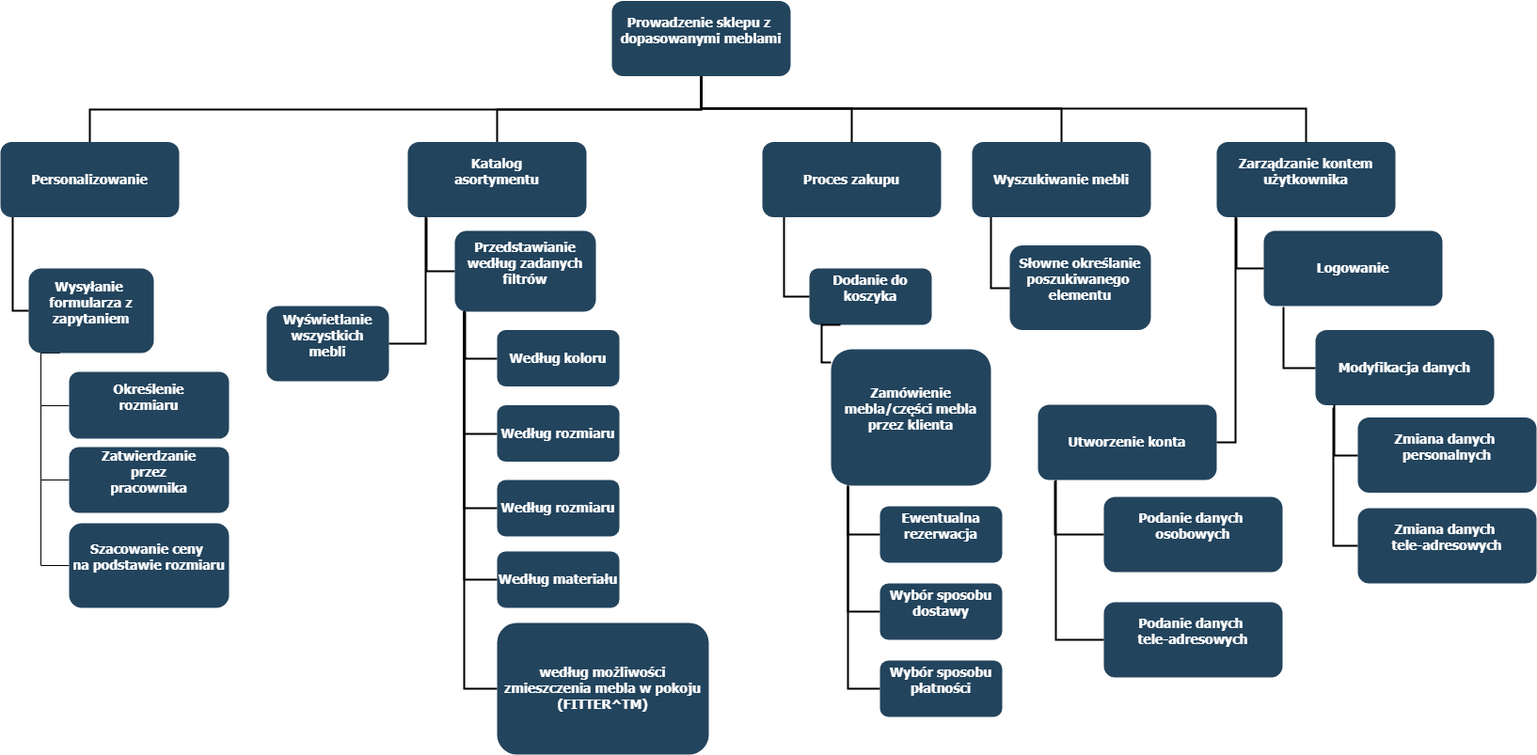
Before: DHF/Function Hierarchy Diagram.png, a diagram exported from draw.io (tania-sila-robocza/Meblex-Docs). Source tidied: cells renumbered, new cells last; positions are measured from the earlier drawing's top-left corner, leaving out a move shared by most shapes.
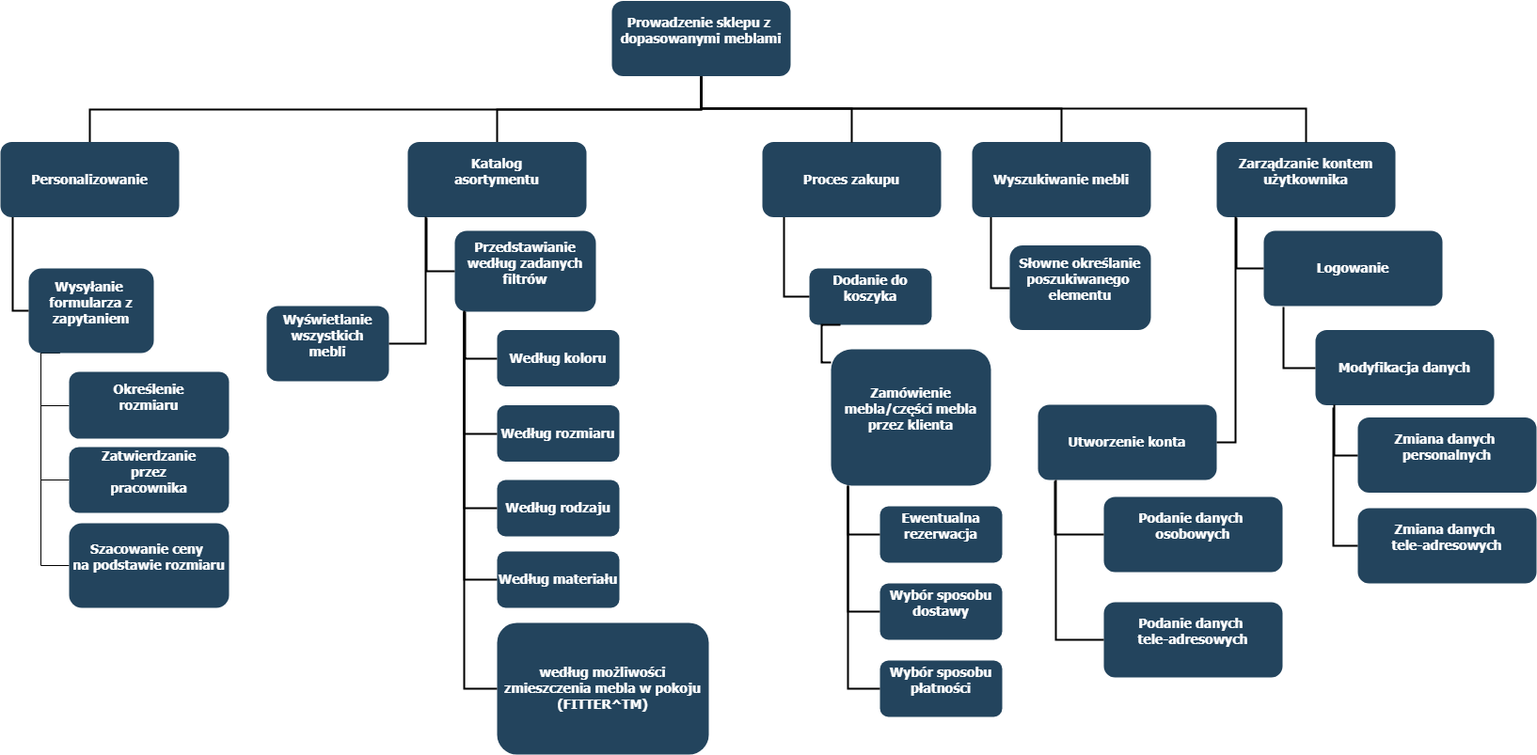
After the change.

Commit message:
added Function Hierarchy Diagram

The edit, as a diff of the source:
```diff
@@ -160,7 +160,7 @@
         </Array>
       </mxGeometry>
     </mxCell>
-    <mxCell id="31" value="Według rozmiaru" style="rounded=1;fillColor=#23445D;gradientColor=none;strokeColor=none;fontColor=#FFFFFF;fontStyle=1;fontFamily=Tahoma;fontSize=14;" parent="1" vertex="1">
+    <mxCell id="31" value="Według rodzaju" style="rounded=1;fillColor=#23445D;gradientColor=none;strokeColor=none;fontColor=#FFFFFF;fontStyle=1;fontFamily=Tahoma;fontSize=14;" parent="1" vertex="1">
       <mxGeometry x="528" y="509" width="130" height="60" as="geometry" />
     </mxCell>
     <mxCell id="32" value="Według materiału" style="rounded=1;fillColor=#23445D;gradientColor=none;strokeColor=none;fontColor=#FFFFFF;fontStyle=1;fontFamily=Tahoma;fontSize=14;" parent="1" vertex="1">
```
